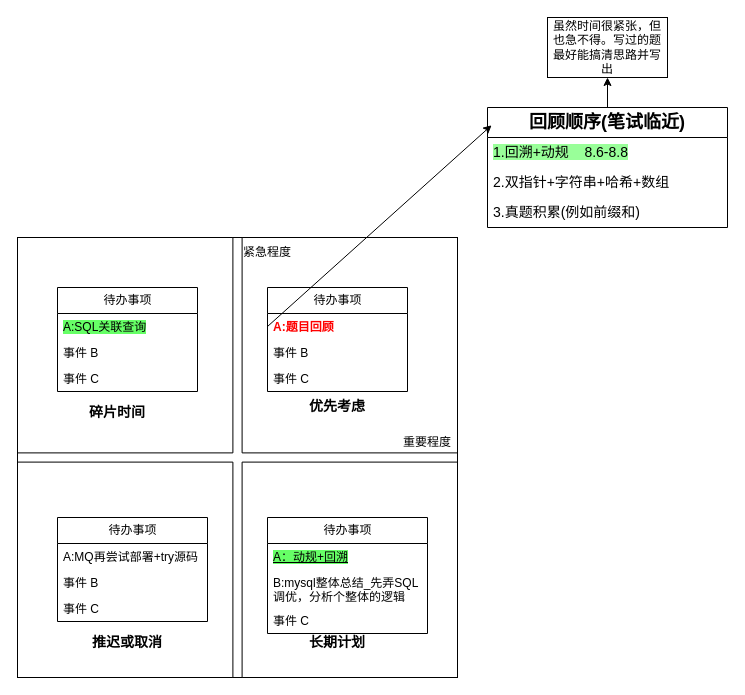
This is 优先级象限.drawio from beyondgogogo/Graph, a draw.io file, before an edit. Source tidied: cells renumbered, new cells numbered last; positions are measured from the earlier drawing's top-left corner, leaving out a move shared by most shapes. Both pictures are drawn from the tidied source at 100%, with x=0, y=0 at pixel (17, 17).
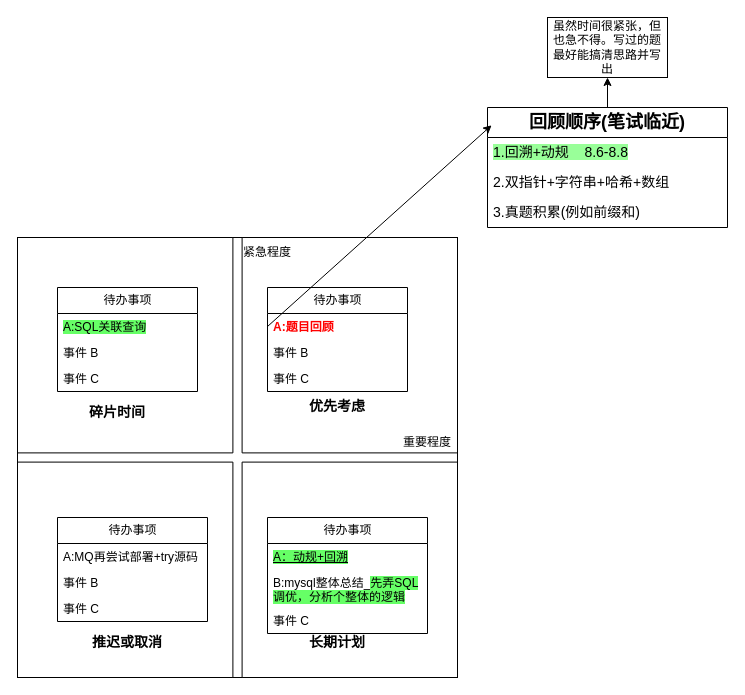
Above is the later version.

Commit message:
更新优先级象限.drawio

The change refers to these unchanged cells:
```xml
<mxCell id="14" value="待办事项" style="swimlane;fontStyle=0;horizontal=1;startSize=26;fillColor=none;html=1;" parent="1" vertex="1">
  <mxGeometry x="250" y="500" width="160" height="116" as="geometry" />
</mxCell>
```

Diff of the diagram source:
```diff
@@
-    <mxCell id="16" value="B:mysql整体总结_先弄SQL调优，分析个整体的逻辑" style="text;strokeColor=none;fillColor=none;align=left;verticalAlign=top;spacingLeft=4;spacingRight=4;overflow=hidden;whiteSpace=wrap;html=1;" parent="14" vertex="1">
+    <mxCell id="16" value="B:mysql整体总结_&lt;span style=&quot;background-color: rgb(102, 255, 102);&quot;&gt;先弄SQL调优，分析个整体的逻辑&lt;/span&gt;" style="text;strokeColor=none;fillColor=none;align=left;verticalAlign=top;spacingLeft=4;spacingRight=4;overflow=hidden;whiteSpace=wrap;html=1;" parent="14" vertex="1">
       <mxGeometry y="52" width="160" height="38" as="geometry" />
     </mxCell>
```
